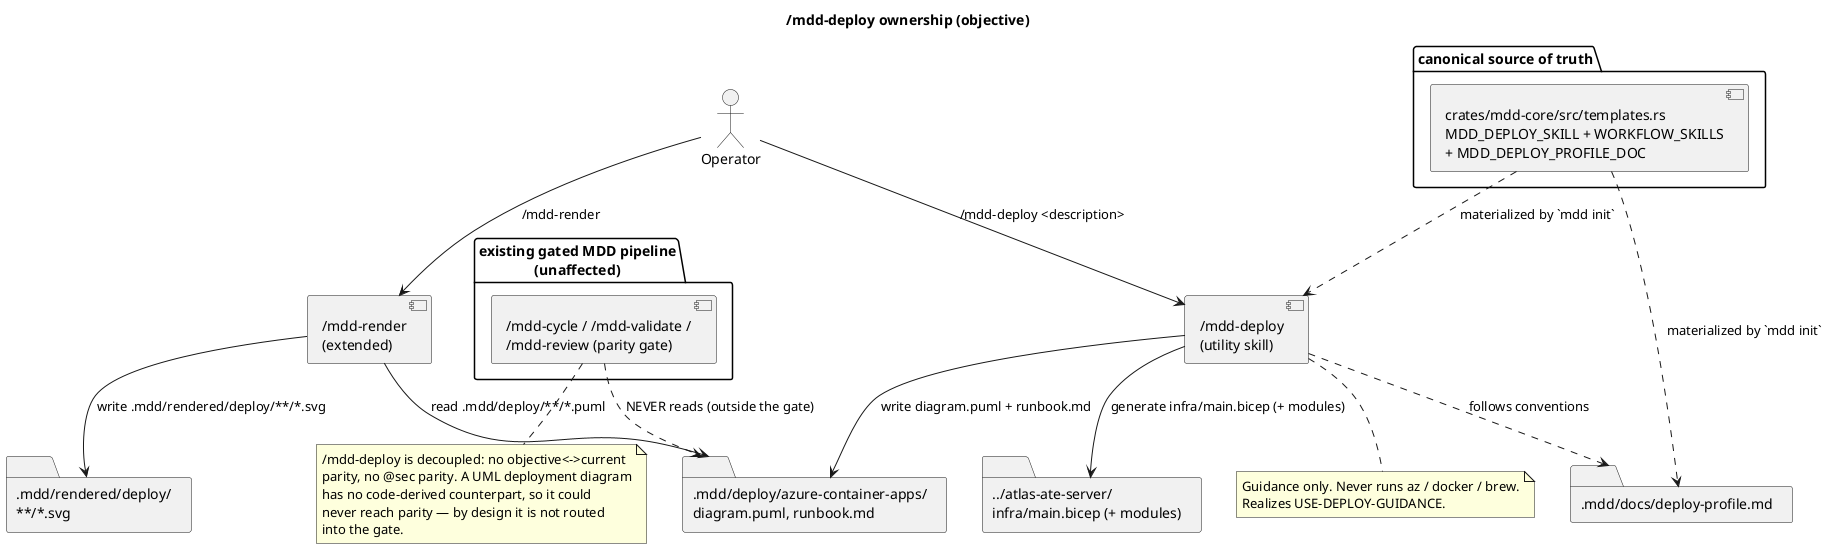
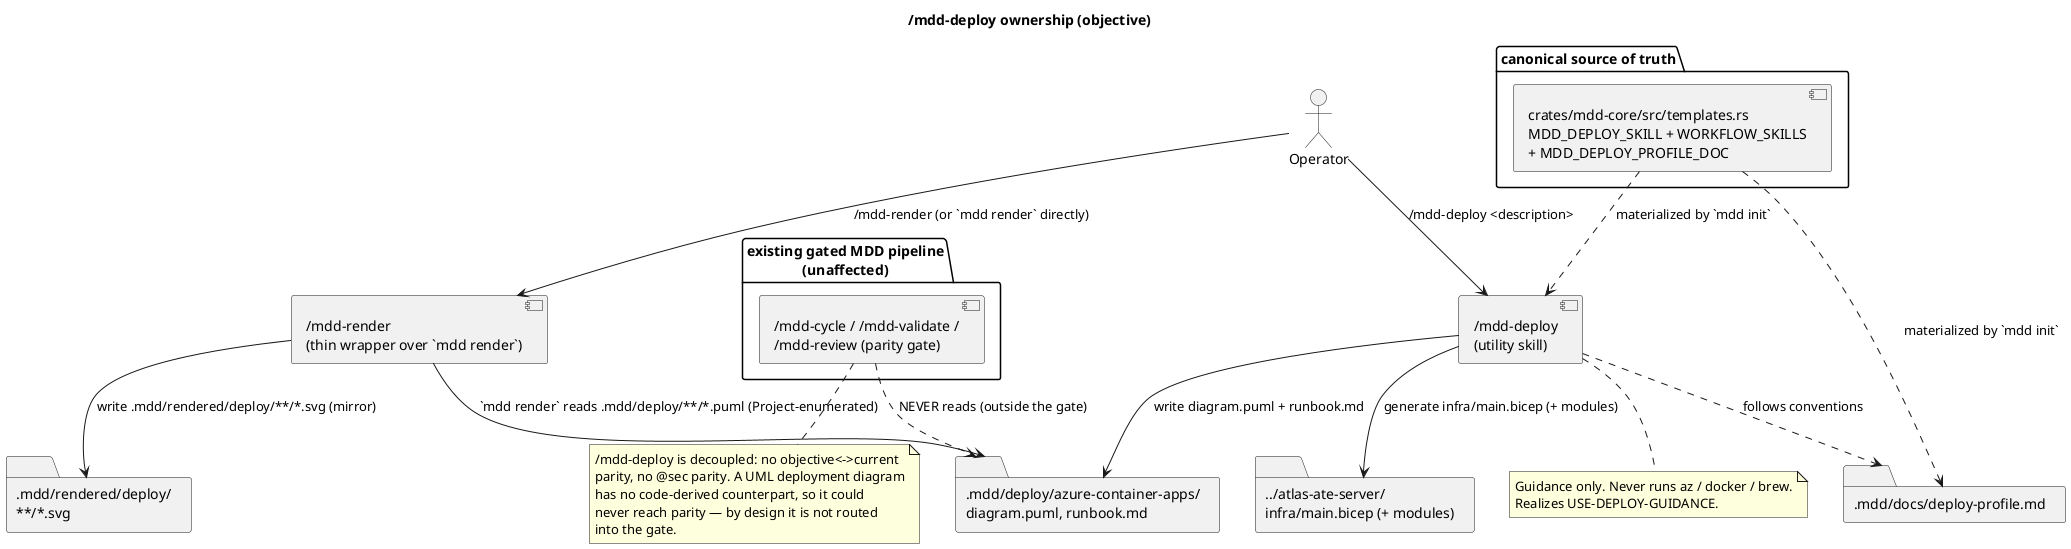
@startuml
' @id(CMP-DEPLOY-SKILL)
' @id(CMP-DEPLOY-STORE)
' @id(CMP-DEPLOY-TARGET)
' @id(CMP-DEPLOY-RENDER)
' @id(CMP-DEPLOY-PROFILE-DOC)
' @ref(USE-DEPLOY-GUIDANCE)
' @ref(USE-DEPLOY-INSPECT)
+ ' @ref(DOM-RENDER-ENGINE)
'
' Objective-side ownership boundaries for /mdd-deploy. Canonical source
' of truth for the skill body is crates/mdd-core/src/templates.rs; mdd
' init materializes it into .claude/.codex SKILL.md. The deploy tree and
' the cross-repo Bicep are run-time outputs of the skill, not gated.
'
' @desc(CMP-DEPLOY-SKILL, "The /mdd-deploy utility skill: templates::MDD_DEPLOY_SKILL plus its WORKFLOW_SKILLS entry and the .claude/.codex/skills/mdd-deploy/SKILL.md mirrors. Produces a deployment diagram + runbook + generated IaC and never executes a deploy command. A sibling of /mdd-render, outside the parity gate.")
' @desc(CMP-DEPLOY-STORE, ".mdd/deploy/<target>/ on disk: diagram.puml + runbook.md, created on first /mdd-deploy run. Naturally outside /mdd-validate and /mdd-review scope (same pattern as the non-gated .mdd/map/ tree).")
' @desc(CMP-DEPLOY-TARGET, "The deployment target repo ../atlas-ate-server, read READ-ONLY for topology and security invariants. The generated infra/main.bicep (+ modules) is written there at skill-run time; cross-repo output is fine because the skill is non-gated guidance.")
- ' @desc(CMP-DEPLOY-RENDER, "/mdd-render extended (templates::MDD_RENDER_SKILL step) to also rasterize .mdd/deploy/**/*.puml to .mdd/rendered/deploy/**/*.svg. Additive and non-gating.")
+ ' @desc(CMP-DEPLOY-RENDER, "The .mdd/deploy/**/*.puml tree is one of the trees the single `mdd render` command covers — enumerated by the one mdd-core Project helper (DOM-RENDER-ENGINE) — mirrored to .mdd/rendered/deploy/**/*.svg. The /mdd-render skill is now a thin wrapper over `mdd render`; templates::MDD_RENDER_SKILL keeps only the interpretive part (fuzzy subset intake, diagnostic triage, fix suggestions). Additive and non-gating.")
' @desc(CMP-DEPLOY-PROFILE-DOC, ".mdd/docs/deploy-profile.md, materialized from templates::deploy_profile_doc (MDD_DEPLOY_PROFILE_DOC): conventions for the Azure Container Apps deployment diagram and the invariant checklist, analogous to security-profile.md.")
title /mdd-deploy ownership (objective)

actor "Operator" as Op

component "/mdd-deploy\n(utility skill)" as Skill
- component "/mdd-render\n(extended)" as Render
+ component "/mdd-render\n(thin wrapper over `mdd render`)" as Render

folder ".mdd/deploy/azure-container-apps/\ndiagram.puml, runbook.md" as Store
folder "../atlas-ate-server/\ninfra/main.bicep (+ modules)" as Target
folder ".mdd/rendered/deploy/\n**/*.svg" as Rendered
folder ".mdd/docs/deploy-profile.md" as ProfileDoc

package "canonical source of truth" {
  component "crates/mdd-core/src/templates.rs\nMDD_DEPLOY_SKILL + WORKFLOW_SKILLS\n+ MDD_DEPLOY_PROFILE_DOC" as Templates
}

package "existing gated MDD pipeline\n(unaffected)" {
  component "/mdd-cycle / /mdd-validate /\n/mdd-review (parity gate)" as Gate
}

Op --> Skill : /mdd-deploy <description>
Templates ..> Skill : materialized by `mdd init`
Templates ..> ProfileDoc : materialized by `mdd init`
Skill --> Store : write diagram.puml + runbook.md
Skill --> Target : generate infra/main.bicep (+ modules)
Skill ..> ProfileDoc : follows conventions
- Op --> Render : /mdd-render
- Render --> Store : read .mdd/deploy/**/*.puml
- Render --> Rendered : write .mdd/rendered/deploy/**/*.svg
+ Op --> Render : /mdd-render (or `mdd render` directly)
+ Render --> Store : `mdd render` reads .mdd/deploy/**/*.puml (Project-enumerated)
+ Render --> Rendered : write .mdd/rendered/deploy/**/*.svg (mirror)
Gate ..> Store : NEVER reads (outside the gate)

note bottom of Skill
  Guidance only. Never runs az / docker / brew.
  Realizes USE-DEPLOY-GUIDANCE.
end note

note bottom of Gate
  /mdd-deploy is decoupled: no objective<->current
  parity, no @sec parity. A UML deployment diagram
  has no code-derived counterpart, so it could
  never reach parity — by design it is not routed
  into the gate.
end note
@enduml
